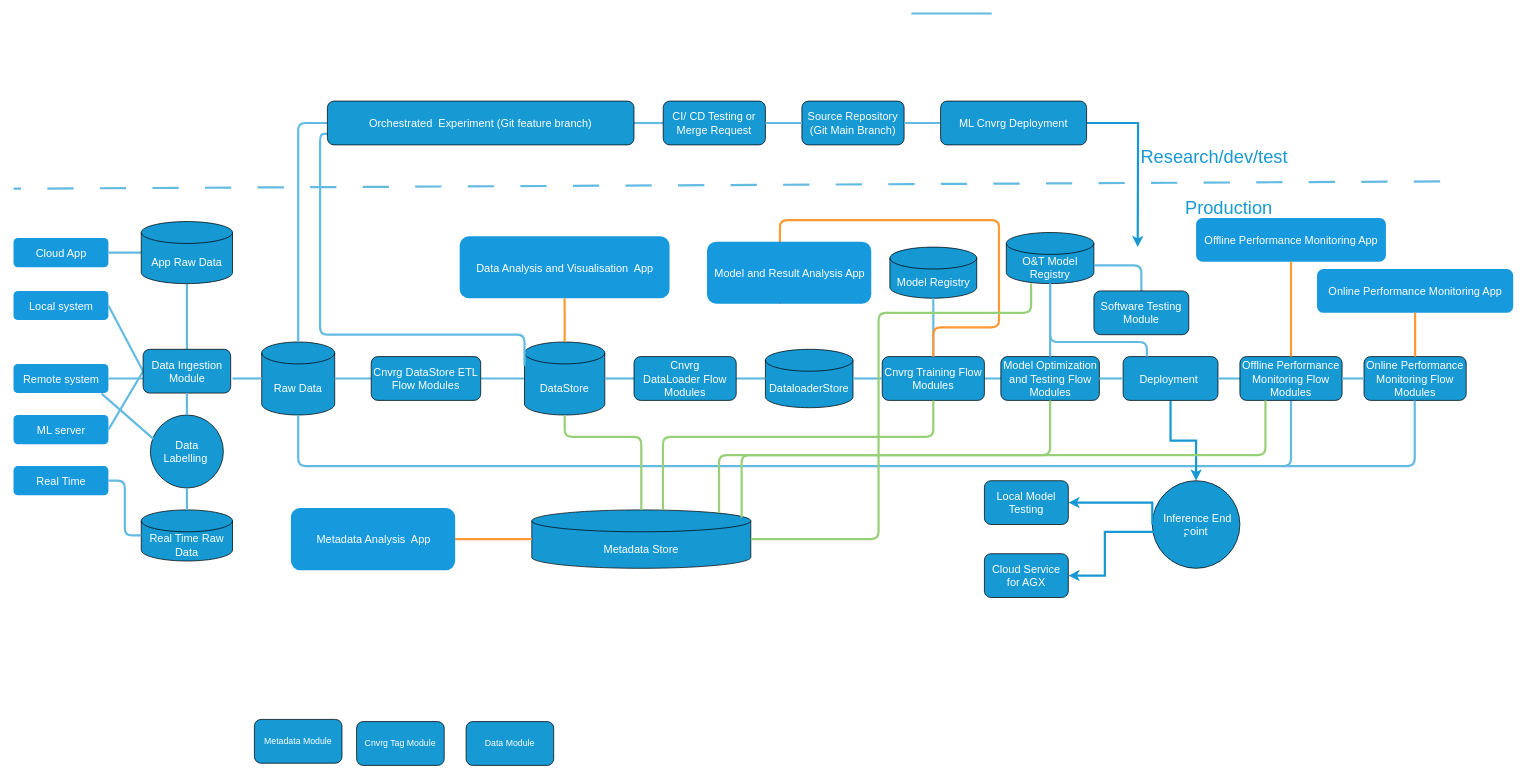
Before: Untitled Diagram.drawio in mj1156/Face_Detection-Machine-Learning, a draw.io diagram. Source tidied: cells renumbered, new cells numbered last; positions are measured from the earlier drawing's top-left corner, leaving out a move shared by most shapes. Both pictures are drawn from the tidied source at 73%, with x=0, y=0 at pixel (13, 13).
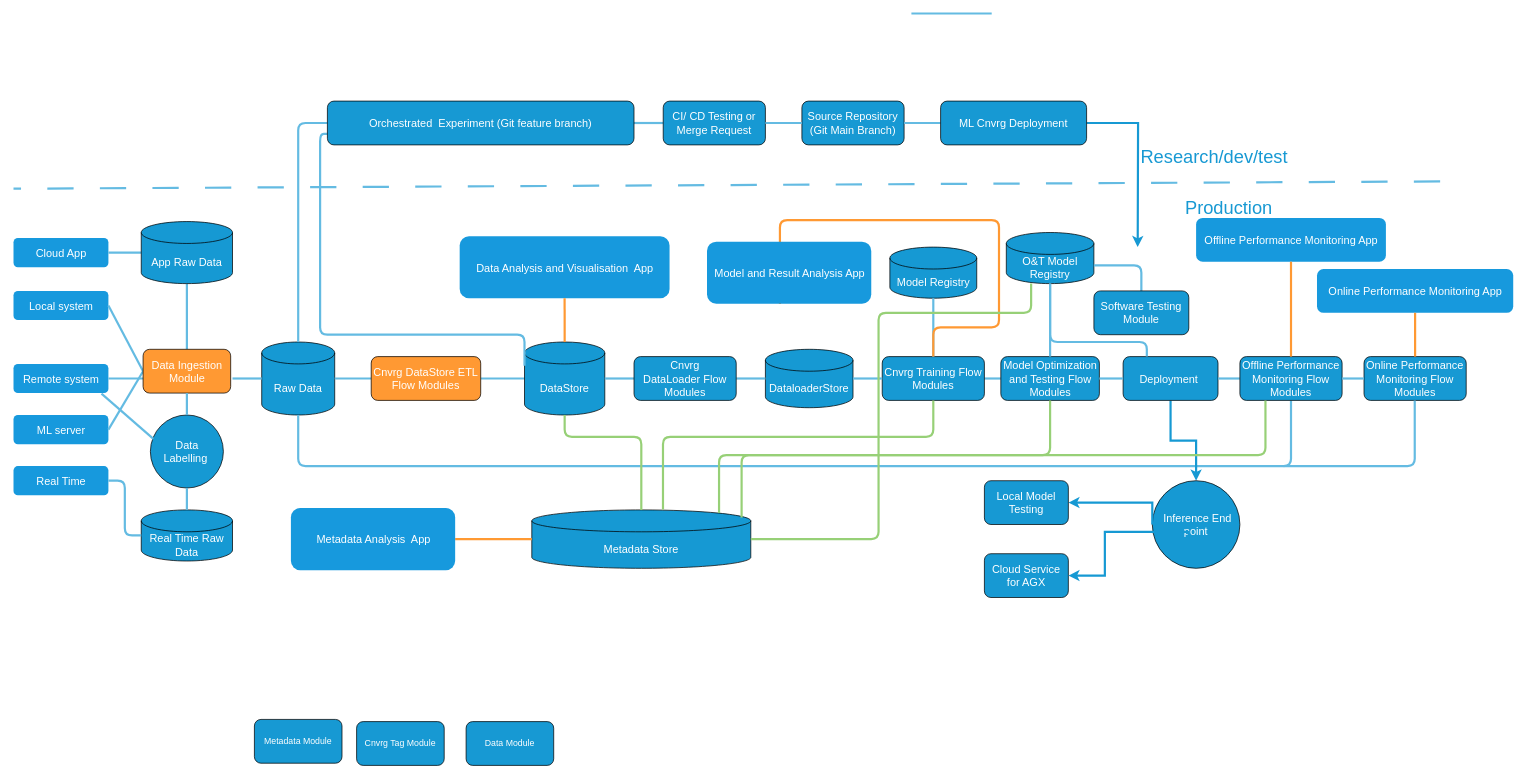
After the change.

Change to the diagram source:
```diff
@@
-    <mxCell id="20" value="&lt;font style=&quot;font-size: 15px;&quot; color=&quot;#ffffff&quot;&gt;Data Ingestion Module&lt;/font&gt;" style="rounded=1;whiteSpace=wrap;html=1;fillColor=#1799d3;" parent="1" vertex="1">
+    <mxCell id="20" value="&lt;font style=&quot;font-size: 15px;&quot; color=&quot;#ffffff&quot;&gt;Data Ingestion Module&lt;/font&gt;" style="rounded=1;whiteSpace=wrap;html=1;fillColor=#FF9933;" parent="1" vertex="1">
       <mxGeometry x="177.5" y="460" width="120" height="60" as="geometry" />
     </mxCell>
@@
-    <mxCell id="23" value="&lt;font style=&quot;font-size: 15px;&quot; color=&quot;#ffffff&quot;&gt;Cnvrg DataStore ETL Flow Modules&lt;/font&gt;" style="rounded=1;whiteSpace=wrap;html=1;fillColor=#1799d3;" parent="1" vertex="1">
+    <mxCell id="23" value="&lt;font style=&quot;font-size: 15px;&quot; color=&quot;#ffffff&quot;&gt;Cnvrg DataStore ETL Flow Modules&lt;/font&gt;" style="rounded=1;whiteSpace=wrap;html=1;fillColor=#FF9933;" parent="1" vertex="1">
       <mxGeometry x="490" y="470" width="150" height="60" as="geometry" />
     </mxCell>
```
